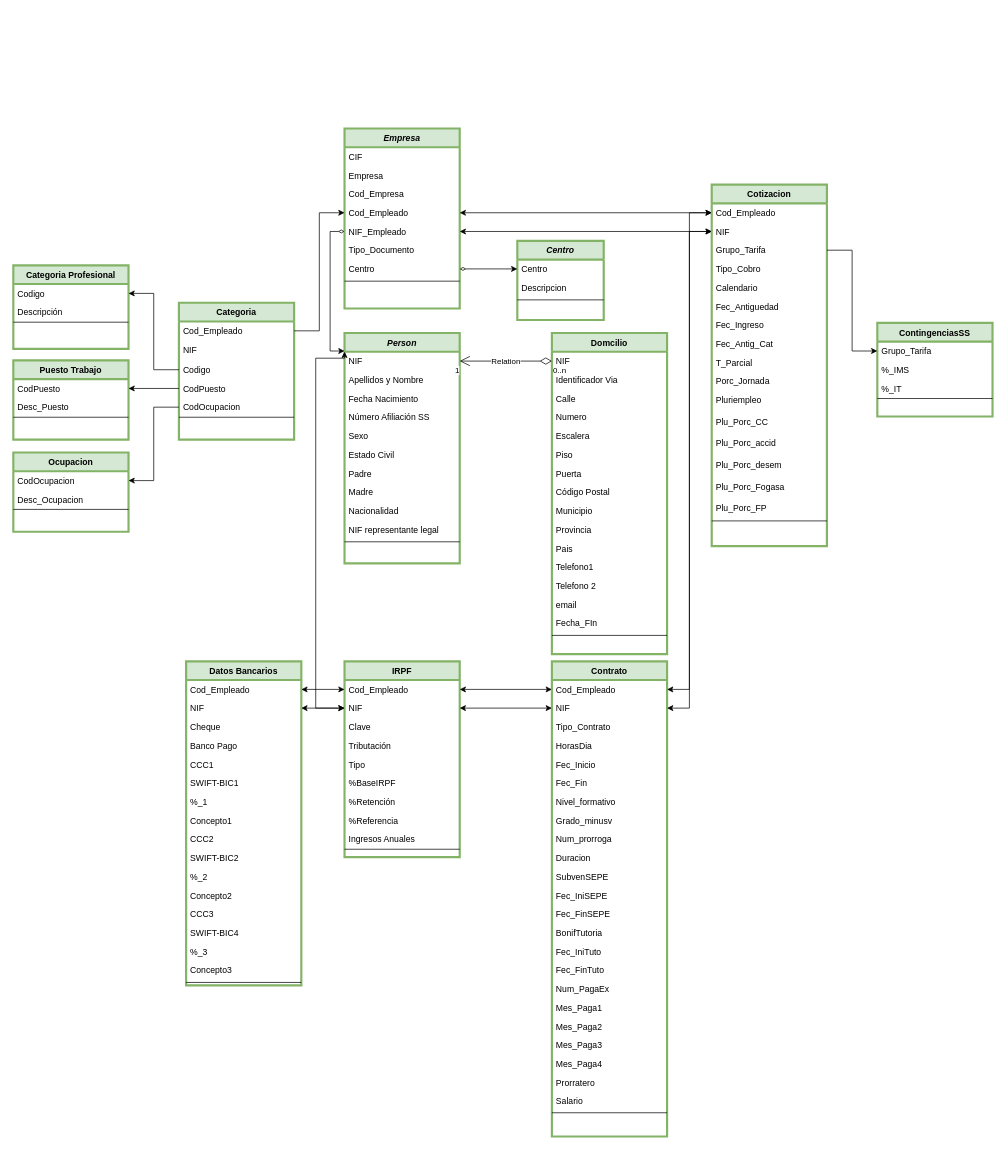
The draw.io diagram A3.drawio in Als001/Als001, before the edit. Source tidied: cells renumbered, new cells numbered last; positions are measured from the earlier drawing's top-left corner, leaving out a move shared by most shapes. Both pictures are drawn from the tidied source at 72%, with x=0, y=0 at pixel (13, 128).
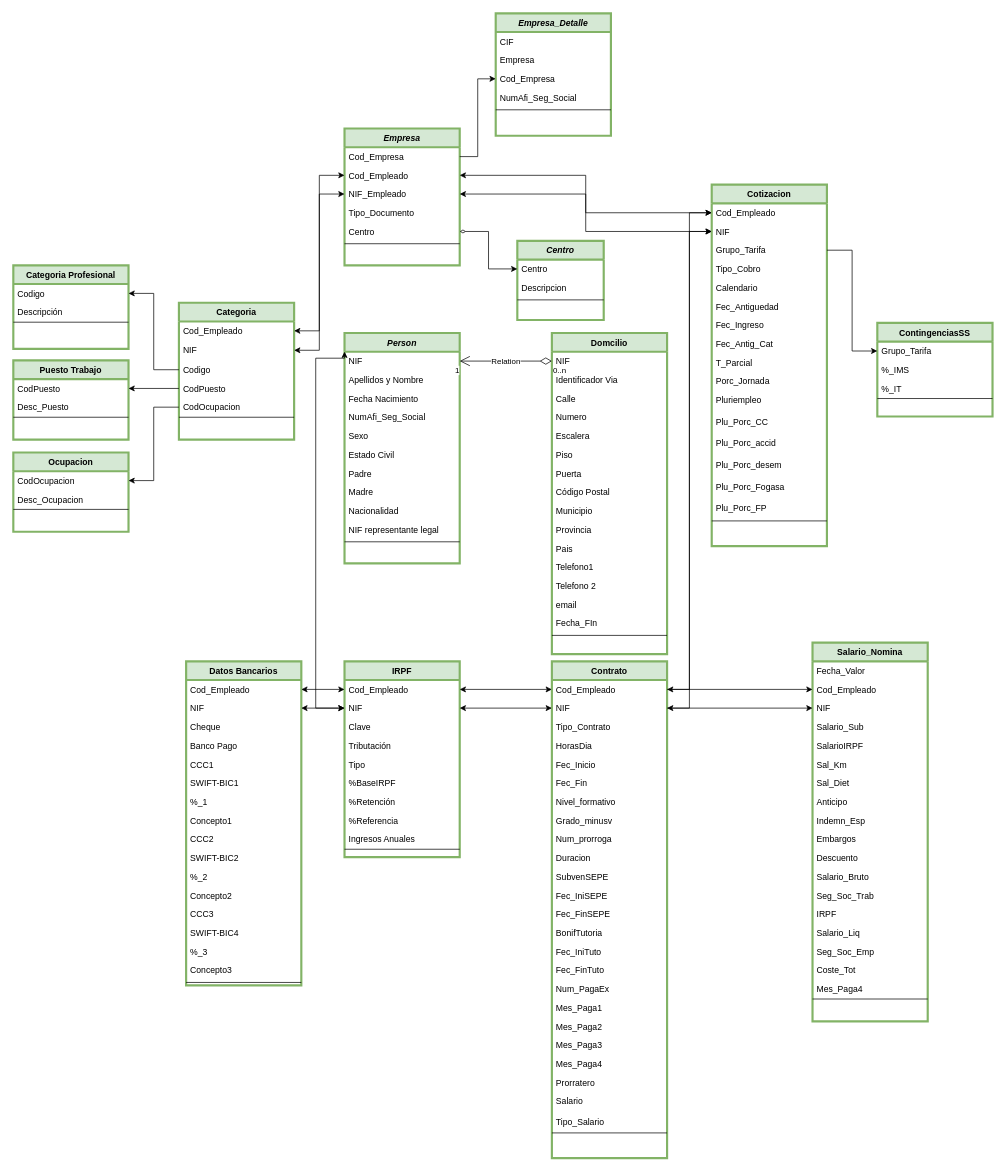
The same diagram, later.

The change refers to these unchanged cells:
```xml
<mxCell id="2" value="Person" style="swimlane;fontStyle=3;align=center;verticalAlign=top;horizontal=1;startSize=26;rounded=0;shadow=0;strokeWidth=3;fillColor=#d5e8d4;strokeColor=#82b366;" parent="1" vertex="1">
  <mxGeometry x="460" y="284" width="160" height="320" as="geometry" />
</mxCell>
<mxCell id="65" value="Cod_Empleado" style="text;align=left;verticalAlign=top;spacingLeft=4;spacingRight=4;overflow=hidden;points=[[0,0.5],[1,0.5]];portConstraint=eastwest;" parent="64" vertex="1">
  <mxGeometry y="26" width="160" height="26" as="geometry" />
</mxCell>
<mxCell id="66" value="NIF&#10;" style="text;align=left;verticalAlign=top;spacingLeft=4;spacingRight=4;overflow=hidden;points=[[0,0.5],[1,0.5]];portConstraint=eastwest;" parent="64" vertex="1">
  <mxGeometry y="52" width="160" height="28" as="geometry" />
</mxCell>
<mxCell id="112" value="Cod_Empleado" style="text;align=left;verticalAlign=top;spacingLeft=4;spacingRight=4;overflow=hidden;points=[[0,0.5],[1,0.5]];portConstraint=eastwest;" parent="111" vertex="1">
  <mxGeometry y="26" width="160" height="26" as="geometry" />
</mxCell>
<mxCell id="113" value="NIF&#10;" style="text;align=left;verticalAlign=top;spacingLeft=4;spacingRight=4;overflow=hidden;points=[[0,0.5],[1,0.5]];portConstraint=eastwest;" parent="111" vertex="1">
  <mxGeometry y="52" width="160" height="26" as="geometry" />
</mxCell>
```

Diff of the diagram source:
```diff
@@
-    <mxCell id="6" value="Número Afiliación SS" style="text;align=left;verticalAlign=top;spacingLeft=4;spacingRight=4;overflow=hidden;rounded=0;shadow=0;html=0;" parent="2" vertex="1">
+    <mxCell id="6" value="NumAfi_Seg_Social" style="text;align=left;verticalAlign=top;spacingLeft=4;spacingRight=4;overflow=hidden;rounded=0;shadow=0;html=0;" parent="2" vertex="1">
       <mxGeometry y="104" width="160" height="26" as="geometry" />
     </mxCell>
@@
     <mxCell id="111" value="Contrato" style="swimlane;fontStyle=1;align=center;verticalAlign=top;horizontal=1;startSize=26;rounded=0;shadow=0;strokeWidth=3;fillColor=#d5e8d4;strokeColor=#82b366;" parent="1" vertex="1">
-      <mxGeometry x="748" y="740" width="160" height="660" as="geometry" />
+      <mxGeometry x="748" y="740" width="160" height="690" as="geometry" />
     </mxCell>
@@
+    <mxCell id="160" value="Tipo_Salario" style="text;align=left;verticalAlign=top;spacingLeft=4;spacingRight=4;overflow=hidden;" parent="111" vertex="1">
+      <mxGeometry y="626" width="160" height="28" as="geometry" />
+    </mxCell>
     <mxCell id="135" style="line;html=1;strokeWidth=1;align=left;verticalAlign=middle;spacingTop=-1;spacingLeft=3;spacingRight=3;labelPosition=right;" parent="111" vertex="1">
-      <mxGeometry y="626" width="160" height="2" as="geometry" />
+      <mxGeometry y="654" width="160" height="2" as="geometry" />
     </mxCell>
     <mxCell id="136" value="Empresa" style="swimlane;fontStyle=3;align=center;verticalAlign=top;horizontal=1;startSize=26;rounded=0;shadow=0;strokeWidth=3;fillColor=#d5e8d4;strokeColor=#82b366;" parent="1" vertex="1">
-      <mxGeometry x="460" width="160" height="250" as="geometry" />
+      <mxGeometry x="460" width="160" height="190" as="geometry" />
     </mxCell>
-    <mxCell id="137" value="CIF" style="text;align=left;verticalAlign=top;spacingLeft=4;spacingRight=4;overflow=hidden;" parent="136" vertex="1">
-      <mxGeometry y="26" width="160" height="26" as="geometry" />
-    </mxCell>
-    <mxCell id="138" value="Empresa" style="text;align=left;verticalAlign=top;spacingLeft=4;spacingRight=4;overflow=hidden;" parent="136" vertex="1">
-      <mxGeometry y="52" width="160" height="26" as="geometry" />
-    </mxCell>
     <mxCell id="139" value="Cod_Empresa" style="text;align=left;verticalAlign=top;spacingLeft=4;spacingRight=4;overflow=hidden;points=[[0,0.5],[1,0.5]];portConstraint=eastwest;rounded=0;shadow=0;html=0;" parent="136" vertex="1">
-      <mxGeometry y="78" width="160" height="26" as="geometry" />
+      <mxGeometry y="26" width="160" height="26" as="geometry" />
     </mxCell>
     <mxCell id="140" value="Cod_Empleado" style="text;align=left;verticalAlign=top;spacingLeft=4;spacingRight=4;overflow=hidden;points=[[0,0.5],[1,0.5]];portConstraint=eastwest;rounded=0;shadow=0;html=0;" parent="136" vertex="1">
-      <mxGeometry y="104" width="160" height="26" as="geometry" />
+      <mxGeometry y="52" width="160" height="26" as="geometry" />
     </mxCell>
     <mxCell id="141" value="NIF_Empleado" style="text;align=left;verticalAlign=top;spacingLeft=4;spacingRight=4;overflow=hidden;points=[[0,0.5],[1,0.5]];portConstraint=eastwest;rounded=0;shadow=0;html=0;" parent="136" vertex="1">
-      <mxGeometry y="130" width="160" height="26" as="geometry" />
+      <mxGeometry y="78" width="160" height="26" as="geometry" />
     </mxCell>
     <mxCell id="142" value="Tipo_Documento" style="text;align=left;verticalAlign=top;spacingLeft=4;spacingRight=4;overflow=hidden;rounded=0;shadow=0;html=0;" parent="136" vertex="1">
-      <mxGeometry y="156" width="160" height="26" as="geometry" />
+      <mxGeometry y="104" width="160" height="26" as="geometry" />
     </mxCell>
     <mxCell id="143" value="Centro" style="text;align=left;verticalAlign=top;spacingLeft=4;spacingRight=4;overflow=hidden;points=[[0,0.5],[1,0.5]];portConstraint=eastwest;rounded=0;shadow=0;html=0;" parent="136" vertex="1">
-      <mxGeometry y="182" width="160" height="26" as="geometry" />
+      <mxGeometry y="130" width="160" height="26" as="geometry" />
     </mxCell>
     <mxCell id="144" style="line;html=1;strokeWidth=1;align=left;verticalAlign=bottom;spacingTop=-1;spacingLeft=3;spacingRight=3;labelPosition=right;labelBackgroundColor=default;flipV=0;flipH=0;" parent="136" vertex="1">
-      <mxGeometry y="208" width="160" height="8" as="geometry" />
+      <mxGeometry y="156" width="160" height="8" as="geometry" />
     </mxCell>
-    <mxCell id="145" style="edgeStyle=orthogonalEdgeStyle;rounded=0;jettySize=auto;html=1;startArrow=classic;startFill=1;endArrow=diamondThin;endFill=0;entryX=0;entryY=0.5;entryDx=0;entryDy=0;" parent="1" edge="1" target="141">
-      <mxGeometry relative="1" as="geometry">
-        <mxPoint x="460" y="309" as="sourcePoint" />
-        <Array as="points">
-          <mxPoint x="440" y="309" />
-          <mxPoint x="440" y="143" />
-        </Array>
-      </mxGeometry>
-    </mxCell>
-    <mxCell id="146" style="edgeStyle=orthogonalEdgeStyle;rounded=0;jettySize=auto;html=1;" parent="1" edge="1" source="65" target="140">
+    <mxCell id="146" style="edgeStyle=orthogonalEdgeStyle;rounded=0;jettySize=auto;html=1;startArrow=classic;startFill=1;" parent="1" edge="1" source="65" target="140">
       <mxGeometry relative="1" as="geometry" />
     </mxCell>
@@
+    <mxCell id="161" value="Empresa_Detalle" style="swimlane;fontStyle=3;align=center;verticalAlign=top;horizontal=1;startSize=26;rounded=0;shadow=0;strokeWidth=3;fillColor=#d5e8d4;strokeColor=#82b366;" parent="1" vertex="1">
+      <mxGeometry x="670" y="-160" width="160" height="170" as="geometry" />
+    </mxCell>
+    <mxCell id="137" value="CIF" style="text;align=left;verticalAlign=top;spacingLeft=4;spacingRight=4;overflow=hidden;" parent="161" vertex="1">
+      <mxGeometry y="26" width="160" height="26" as="geometry" />
+    </mxCell>
+    <mxCell id="138" value="Empresa" style="text;align=left;verticalAlign=top;spacingLeft=4;spacingRight=4;overflow=hidden;" parent="161" vertex="1">
+      <mxGeometry y="52" width="160" height="26" as="geometry" />
+    </mxCell>
+    <mxCell id="162" value="Cod_Empresa" style="text;align=left;verticalAlign=top;spacingLeft=4;spacingRight=4;overflow=hidden;points=[[0,0.5],[1,0.5]];portConstraint=eastwest;rounded=0;shadow=0;html=0;" parent="161" vertex="1">
+      <mxGeometry y="78" width="160" height="26" as="geometry" />
+    </mxCell>
+    <mxCell id="163" value="NumAfi_Seg_Social" style="text;align=left;verticalAlign=top;spacingLeft=4;spacingRight=4;overflow=hidden;rounded=0;shadow=0;html=0;" parent="161" vertex="1">
+      <mxGeometry y="104" width="160" height="26" as="geometry" />
+    </mxCell>
+    <mxCell id="164" style="line;html=1;strokeWidth=1;align=left;verticalAlign=bottom;spacingTop=-1;spacingLeft=3;spacingRight=3;labelPosition=right;labelBackgroundColor=default;flipV=0;flipH=0;" parent="161" vertex="1">
+      <mxGeometry y="130" width="160" height="8" as="geometry" />
+    </mxCell>
+    <mxCell id="165" style="edgeStyle=orthogonalEdgeStyle;rounded=0;jettySize=auto;html=1;entryX=0;entryY=0.5;entryDx=0;entryDy=0;" parent="1" edge="1" source="139" target="162">
+      <mxGeometry relative="1" as="geometry" />
+    </mxCell>
+    <mxCell id="166" style="edgeStyle=orthogonalEdgeStyle;rounded=0;jettySize=auto;html=1;entryX=1;entryY=0.5;entryDx=0;entryDy=0;startArrow=classic;startFill=1;" parent="1" edge="1" source="141" target="66">
+      <mxGeometry relative="1" as="geometry" />
+    </mxCell>
+    <mxCell id="167" value="Salario_Nomina" style="swimlane;fontStyle=1;align=center;verticalAlign=top;horizontal=1;startSize=26;rounded=0;shadow=0;strokeWidth=3;fillColor=#d5e8d4;strokeColor=#82b366;" parent="1" vertex="1">
+      <mxGeometry x="1110" y="714" width="160" height="526" as="geometry" />
+    </mxCell>
+    <mxCell id="168" value="Fecha_Valor" style="text;align=left;verticalAlign=top;spacingLeft=4;spacingRight=4;overflow=hidden;" parent="167" vertex="1">
+      <mxGeometry y="26" width="160" height="26" as="geometry" />
+    </mxCell>
+    <mxCell id="169" value="Cod_Empleado" style="text;align=left;verticalAlign=top;spacingLeft=4;spacingRight=4;overflow=hidden;points=[[0,0.5],[1,0.5]];portConstraint=eastwest;" parent="167" vertex="1">
+      <mxGeometry y="52" width="160" height="26" as="geometry" />
+    </mxCell>
+    <mxCell id="170" value="NIF&#10;" style="text;align=left;verticalAlign=top;spacingLeft=4;spacingRight=4;overflow=hidden;points=[[0,0.5],[1,0.5]];portConstraint=eastwest;" parent="167" vertex="1">
+      <mxGeometry y="78" width="160" height="26" as="geometry" />
+    </mxCell>
+    <mxCell id="171" value="Salario_Sub" style="text;align=left;verticalAlign=top;spacingLeft=4;spacingRight=4;overflow=hidden;" parent="167" vertex="1">
+      <mxGeometry y="104" width="160" height="26" as="geometry" />
+    </mxCell>
+    <mxCell id="172" value="SalarioIRPF" style="text;align=left;verticalAlign=top;spacingLeft=4;spacingRight=4;overflow=hidden;" parent="167" vertex="1">
+      <mxGeometry y="130" width="160" height="26" as="geometry" />
+    </mxCell>
+    <mxCell id="173" value="Sal_Km" style="text;align=left;verticalAlign=top;spacingLeft=4;spacingRight=4;overflow=hidden;" parent="167" vertex="1">
+      <mxGeometry y="156" width="160" height="26" as="geometry" />
+    </mxCell>
+    <mxCell id="174" value="Sal_Diet" style="text;align=left;verticalAlign=top;spacingLeft=4;spacingRight=4;overflow=hidden;" parent="167" vertex="1">
+      <mxGeometry y="182" width="160" height="26" as="geometry" />
+    </mxCell>
+    <mxCell id="175" value="Anticipo" style="text;align=left;verticalAlign=top;spacingLeft=4;spacingRight=4;overflow=hidden;" parent="167" vertex="1">
+      <mxGeometry y="208" width="160" height="26" as="geometry" />
+    </mxCell>
+    <mxCell id="176" value="Indemn_Esp" style="text;align=left;verticalAlign=top;spacingLeft=4;spacingRight=4;overflow=hidden;" parent="167" vertex="1">
+      <mxGeometry y="234" width="160" height="26" as="geometry" />
+    </mxCell>
+    <mxCell id="177" value="Embargos" style="text;align=left;verticalAlign=top;spacingLeft=4;spacingRight=4;overflow=hidden;" parent="167" vertex="1">
+      <mxGeometry y="260" width="160" height="26" as="geometry" />
+    </mxCell>
+    <mxCell id="178" value="Descuento" style="text;align=left;verticalAlign=top;spacingLeft=4;spacingRight=4;overflow=hidden;" parent="167" vertex="1">
+      <mxGeometry y="286" width="160" height="26" as="geometry" />
+    </mxCell>
+    <mxCell id="179" value="Salario_Bruto" style="text;align=left;verticalAlign=top;spacingLeft=4;spacingRight=4;overflow=hidden;" parent="167" vertex="1">
+      <mxGeometry y="312" width="160" height="26" as="geometry" />
+    </mxCell>
+    <mxCell id="180" value="Seg_Soc_Trab" style="text;align=left;verticalAlign=top;spacingLeft=4;spacingRight=4;overflow=hidden;" parent="167" vertex="1">
+      <mxGeometry y="338" width="160" height="26" as="geometry" />
+    </mxCell>
+    <mxCell id="181" value="IRPF" style="text;align=left;verticalAlign=top;spacingLeft=4;spacingRight=4;overflow=hidden;" parent="167" vertex="1">
+      <mxGeometry y="364" width="160" height="26" as="geometry" />
+    </mxCell>
+    <mxCell id="182" value="Salario_Liq" style="text;align=left;verticalAlign=top;spacingLeft=4;spacingRight=4;overflow=hidden;" parent="167" vertex="1">
+      <mxGeometry y="390" width="160" height="26" as="geometry" />
+    </mxCell>
+    <mxCell id="183" value="Seg_Soc_Emp" style="text;align=left;verticalAlign=top;spacingLeft=4;spacingRight=4;overflow=hidden;" parent="167" vertex="1">
+      <mxGeometry y="416" width="160" height="26" as="geometry" />
+    </mxCell>
+    <mxCell id="184" value="Coste_Tot" style="text;align=left;verticalAlign=top;spacingLeft=4;spacingRight=4;overflow=hidden;" parent="167" vertex="1">
+      <mxGeometry y="442" width="160" height="26" as="geometry" />
+    </mxCell>
+    <mxCell id="185" value="Mes_Paga4    " style="text;align=left;verticalAlign=top;spacingLeft=4;spacingRight=4;overflow=hidden;" parent="167" vertex="1">
+      <mxGeometry y="468" width="160" height="26" as="geometry" />
+    </mxCell>
+    <mxCell id="186" style="line;html=1;strokeWidth=1;align=left;verticalAlign=middle;spacingTop=-1;spacingLeft=3;spacingRight=3;labelPosition=right;" parent="167" vertex="1">
+      <mxGeometry y="494" width="160" height="2" as="geometry" />
+    </mxCell>
+    <mxCell id="187" style="edgeStyle=orthogonalEdgeStyle;rounded=0;jettySize=auto;html=1;entryX=0;entryY=0.5;entryDx=0;entryDy=0;" parent="1" edge="1" source="112" target="169">
+      <mxGeometry relative="1" as="geometry" />
+    </mxCell>
+    <mxCell id="188" style="edgeStyle=orthogonalEdgeStyle;rounded=0;jettySize=auto;html=1;entryX=0;entryY=0.5;entryDx=0;entryDy=0;" parent="1" edge="1" source="113" target="170">
+      <mxGeometry relative="1" as="geometry" />
+    </mxCell>
```
